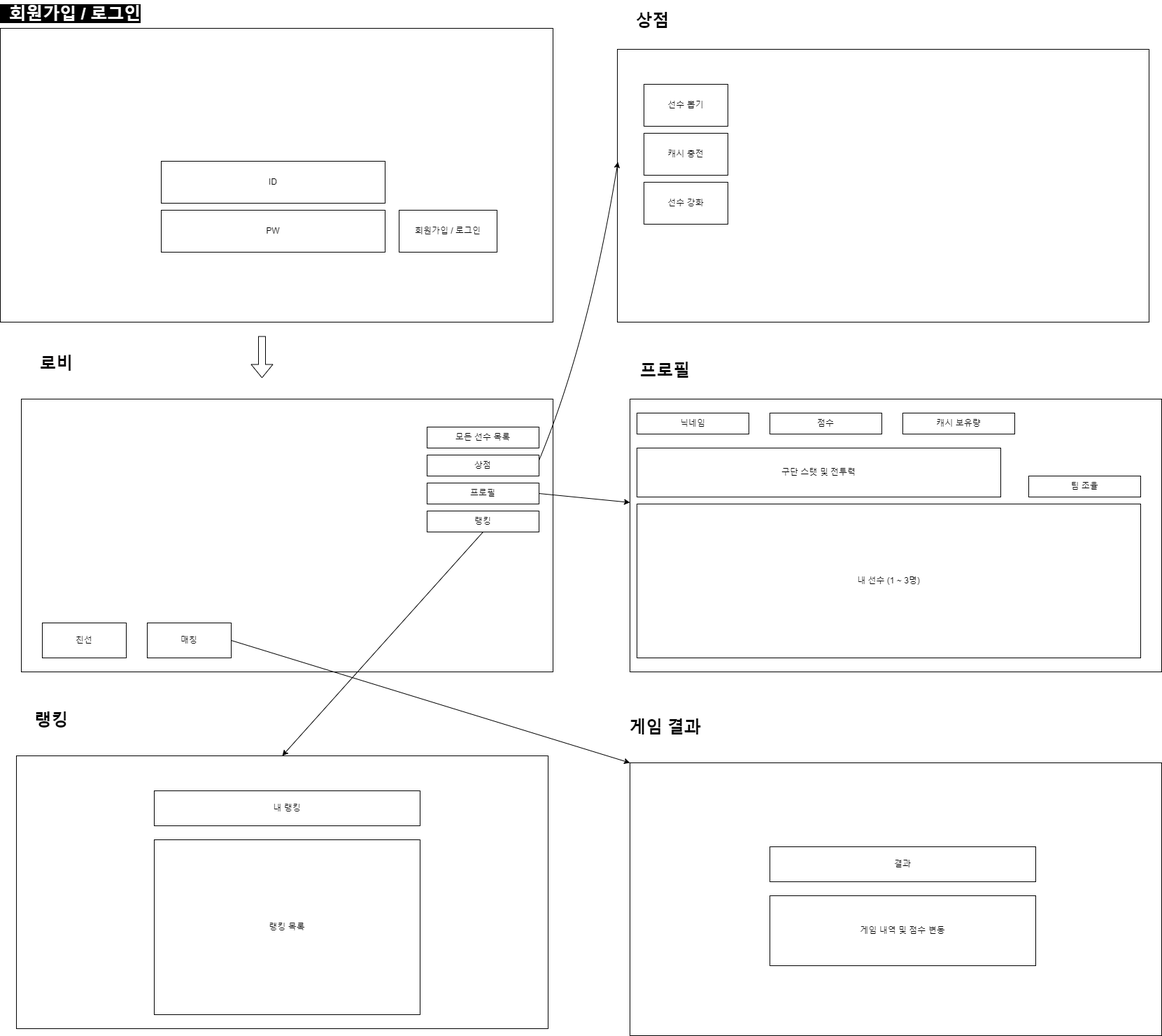
artbiit/SIPA keeps this draw.io diagram as Docs/SIPA.drawio.png. Above is the earlier version. Source tidied: cells renumbered, new cells last; positions are measured from the earlier drawing's top-left corner, leaving out a move shared by most shapes.
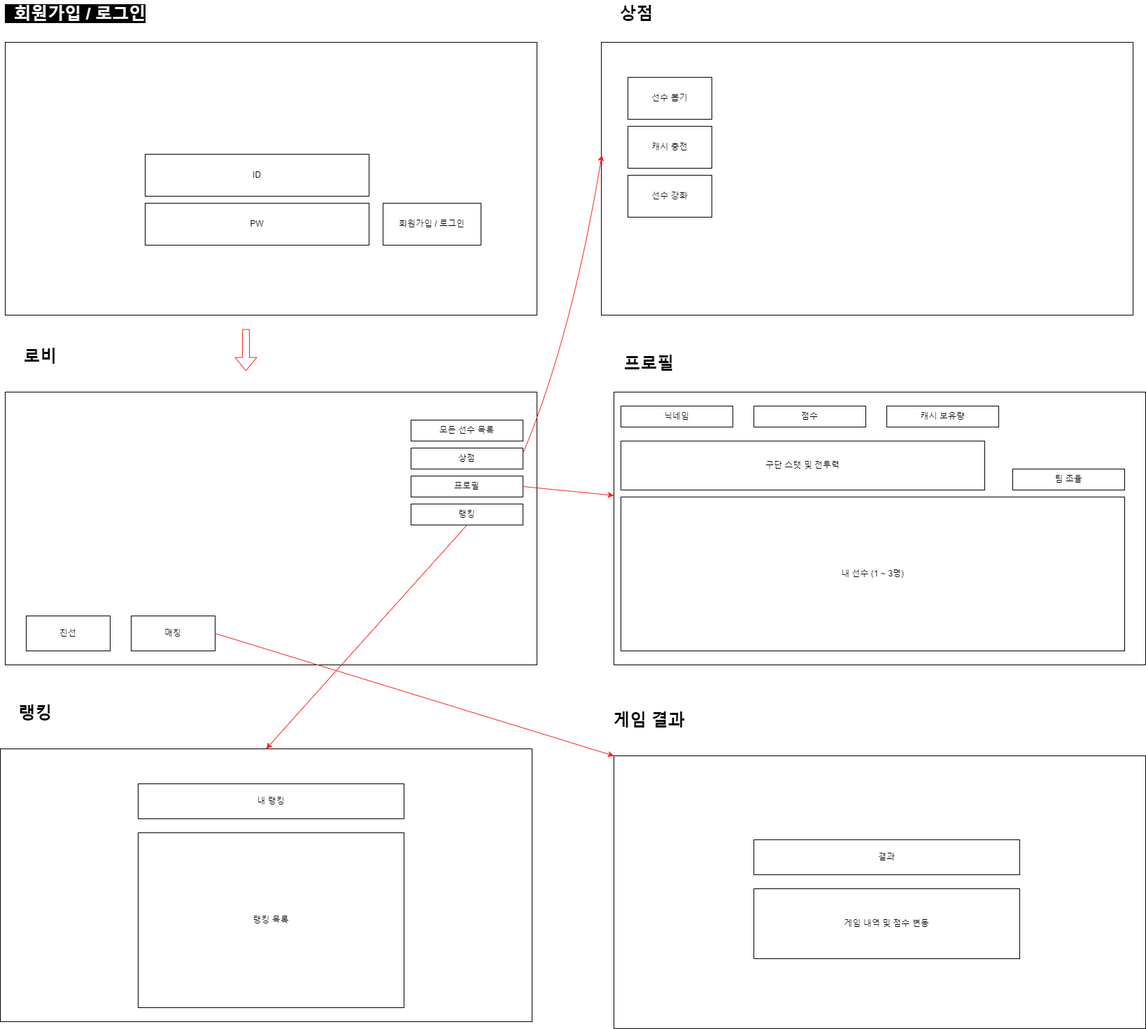
Above is the later version.

Change to the diagram source:
```diff
@@ -3,10 +3,10 @@
     <mxCell id="0" />
     <mxCell id="1" parent="0" />
     <mxCell id="2" value="&lt;span style=&quot;background-color: rgb(0, 0, 0);&quot;&gt;&lt;font color=&quot;#ffffff&quot;&gt;&amp;nbsp;&amp;nbsp;회원가입 / 로그인&lt;/font&gt;&lt;/span&gt;" style="text;strokeColor=none;fillColor=none;html=1;fontSize=24;fontStyle=1;verticalAlign=middle;align=center;" parent="1" vertex="1">
-      <mxGeometry x="50" width="100" height="40" as="geometry" />
+      <mxGeometry x="80" y="10" width="100" height="40" as="geometry" />
     </mxCell>
     <mxCell id="3" style="rounded=0;whiteSpace=wrap;html=1;" parent="1" vertex="1">
-      <mxGeometry y="40" width="790" height="420" as="geometry" />
+      <mxGeometry x="30" y="70" width="760" height="390" as="geometry" />
     </mxCell>
     <mxCell id="4" value="PW" style="rounded=0;whiteSpace=wrap;html=1;" parent="1" vertex="1">
       <mxGeometry x="230" y="300" width="320" height="60" as="geometry" />
@@ -86,23 +86,23 @@
     <mxCell id="29" value="랭킹 목록" style="rounded=0;whiteSpace=wrap;html=1;" parent="1" vertex="1">
       <mxGeometry x="220" y="1200" width="380" height="250" as="geometry" />
     </mxCell>
-    <mxCell id="30" style="shape=flexArrow;endArrow=classic;html=1;rounded=0;" parent="1" edge="1">
+    <mxCell id="30" style="shape=flexArrow;endArrow=classic;html=1;rounded=0;fontColor=#FF3B3B;strokeColor=#FF2121;" parent="1" edge="1">
       <mxGeometry relative="1" as="geometry">
         <mxPoint x="374" y="480" as="sourcePoint" />
         <mxPoint x="374" y="540" as="targetPoint" />
       </mxGeometry>
     </mxCell>
-    <mxCell id="31" style="curved=1;endArrow=classic;html=1;rounded=0;exitX=1;exitY=0.25;exitDx=0;exitDy=0;entryX=0.001;entryY=0.413;entryDx=0;entryDy=0;entryPerimeter=0;" parent="1" edge="1" source="11" target="15">
+    <mxCell id="31" style="curved=1;endArrow=classic;html=1;rounded=0;exitX=1;exitY=0.25;exitDx=0;exitDy=0;entryX=0.001;entryY=0.413;entryDx=0;entryDy=0;entryPerimeter=0;fontColor=#FF3B3B;strokeColor=#FF2121;" parent="1" edge="1" source="11" target="15">
       <mxGeometry relative="1" as="geometry">
         <Array as="points">
           <mxPoint x="840" y="490" />
         </Array>
       </mxGeometry>
     </mxCell>
-    <mxCell id="32" style="curved=1;endArrow=classic;html=1;rounded=0;exitX=1;exitY=0.5;exitDx=0;exitDy=0;entryX=0;entryY=0.379;entryDx=0;entryDy=0;entryPerimeter=0;" parent="1" edge="1" source="12" target="13">
+    <mxCell id="32" style="curved=1;endArrow=classic;html=1;rounded=0;exitX=1;exitY=0.5;exitDx=0;exitDy=0;entryX=0;entryY=0.379;entryDx=0;entryDy=0;entryPerimeter=0;fontColor=#FF3B3B;strokeColor=#FF2121;" parent="1" edge="1" source="12" target="13">
       <mxGeometry relative="1" as="geometry" />
     </mxCell>
-    <mxCell id="33" style="curved=1;endArrow=classic;html=1;rounded=0;exitX=0.5;exitY=1;exitDx=0;exitDy=0;entryX=0.5;entryY=0;entryDx=0;entryDy=0;" parent="1" edge="1" source="25" target="27">
+    <mxCell id="33" style="curved=1;endArrow=classic;html=1;rounded=0;exitX=0.5;exitY=1;exitDx=0;exitDy=0;entryX=0.5;entryY=0;entryDx=0;entryDy=0;fontColor=#FF3B3B;strokeColor=#FF2121;" parent="1" edge="1" source="25" target="27">
       <mxGeometry relative="1" as="geometry" />
     </mxCell>
     <mxCell id="34" value="게임 결과" style="text;strokeColor=none;fillColor=none;html=1;fontSize=24;fontStyle=1;verticalAlign=middle;align=center;fontColor=#000000;" parent="1" vertex="1">
@@ -120,7 +120,7 @@
     <mxCell id="38" value="매칭" style="rounded=0;whiteSpace=wrap;html=1;" parent="1" vertex="1">
       <mxGeometry x="210" y="890" width="120" height="50" as="geometry" />
     </mxCell>
-    <mxCell id="39" style="curved=1;endArrow=classic;html=1;rounded=0;exitX=1;exitY=0.5;exitDx=0;exitDy=0;entryX=0;entryY=0;entryDx=0;entryDy=0;" parent="1" edge="1" source="38" target="35">
+    <mxCell id="39" style="curved=1;endArrow=classic;html=1;rounded=0;exitX=1;exitY=0.5;exitDx=0;exitDy=0;entryX=0;entryY=0;entryDx=0;entryDy=0;fontColor=#FF3B3B;strokeColor=#FF2121;" parent="1" edge="1" source="38" target="35">
       <mxGeometry relative="1" as="geometry" />
     </mxCell>
     <mxCell id="40" value="선수 강화" style="rounded=0;whiteSpace=wrap;html=1;" parent="1" vertex="1">
```
